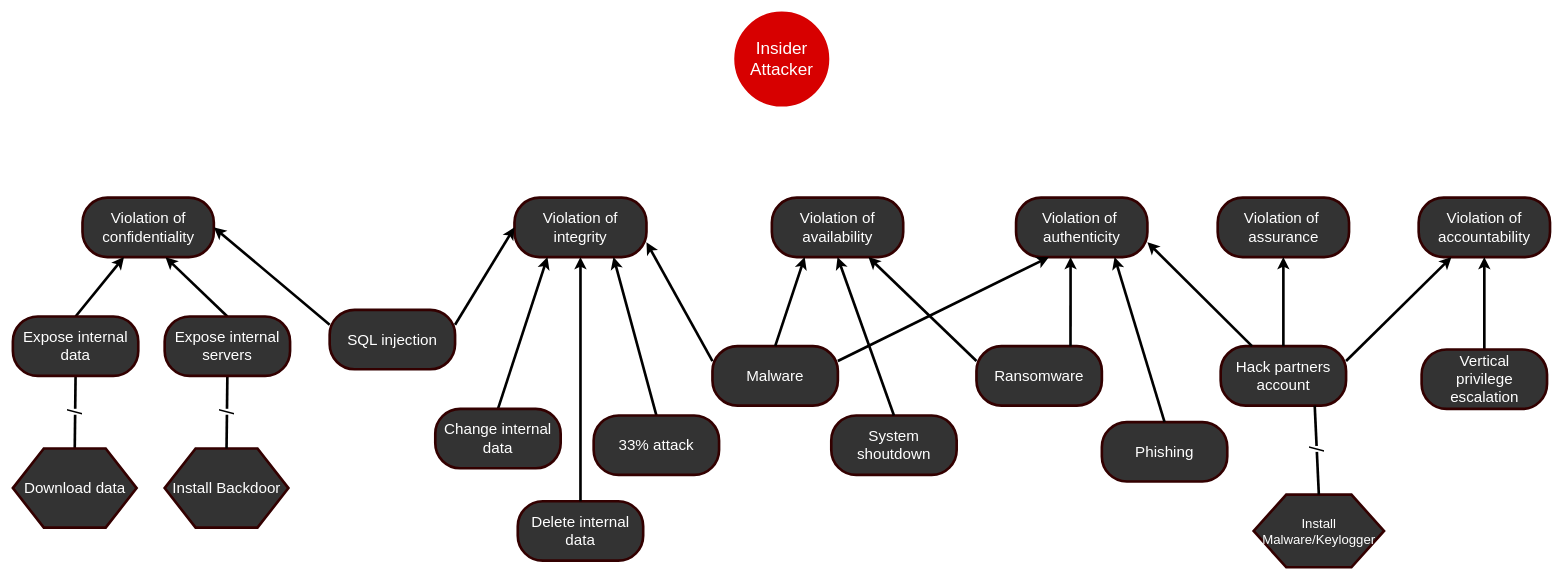
Earlier version of the draw.io diagram Insider attack trees.drawio (marzdeveloper/SoftwareCybersecurity). Source tidied: cells renumbered, new cells numbered last; positions are measured from the earlier drawing's top-left corner, leaving out a move shared by most shapes. Both pictures are drawn from the tidied source at 66%, with x=0, y=0 at pixel (13, 13).
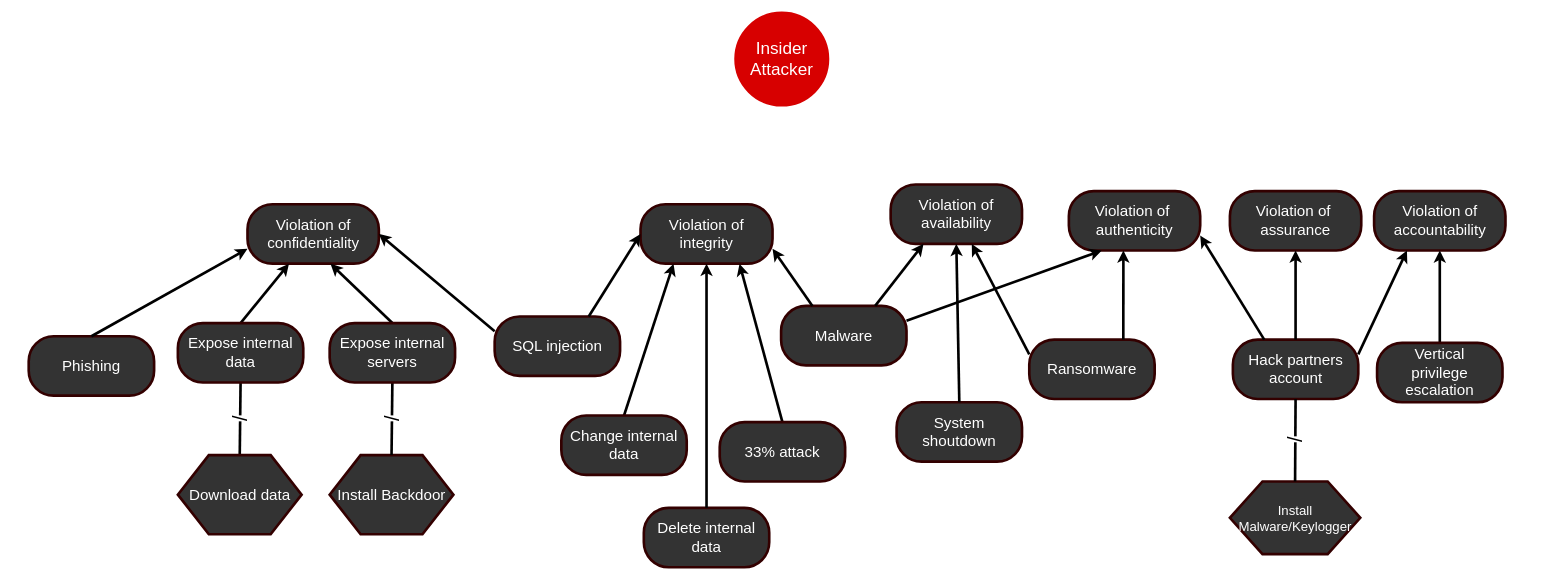
The same page after the edit.

Change to the diagram source:
```diff
@@
     <mxCell id="3" value="&lt;font color=&quot;#ffffff&quot; style=&quot;font-size: 23px&quot;&gt;Violation of confidentiality&lt;/font&gt;&lt;span style=&quot;font-family: monospace ; font-size: 0px&quot;&gt;3CmxGraphModel%3E%3Croot%3E%3CmxCell%20id%3D%220%22%2F%3E%3CmxCell%20id%3D%221%22%20parent%3D%220%22%2F%3E%3CmxCell%20id%3D%222%22%20value%3D%22%26lt%3Bfont%20color%3D%26quot%3B%23ffffff%26quot%3B%20style%3D%26quot%3Bfont-size%3A%2023px%26quot%3B%26gt%3BViolation%20of%20availability%26lt%3B%2Ffont%26gt%3B%22%20style%3D%22rounded%3D1%3BwhiteSpace%3Dwrap%3Bhtml%3D1%3BstrokeColor%3D%23330000%3BstrokeWidth%3D4%3BfillColor%3D%23333333%3BgradientColor%3Dnone%3BarcSize%3D42%3B%22%20vertex%3D%221%22%20parent%3D%221%22%3E%3CmxGeometry%20x%3D%22530%22%20y%3D%22260%22%20width%3D%22199%22%20height%3D%2290%22%20as%3D%22geometry%22%2F%3E%3C%2FmxCell%3E%3C%2Froot%3E%3C%2FmxGraphModel%3E&lt;/span&gt;" style="rounded=1;whiteSpace=wrap;html=1;strokeColor=#330000;strokeWidth=4;fillColor=#333333;gradientColor=none;arcSize=42;" parent="1" vertex="1">
-      <mxGeometry x="105.5" y="280" width="199" height="90" as="geometry" />
+      <mxGeometry x="355.5" y="290" width="199" height="90" as="geometry" />
     </mxCell>
     <mxCell id="4" value="&lt;font color=&quot;#ffffff&quot; style=&quot;font-size: 23px&quot;&gt;Violation of integrity&lt;/font&gt;" style="rounded=1;whiteSpace=wrap;html=1;strokeColor=#330000;strokeWidth=4;fillColor=#333333;gradientColor=none;arcSize=42;" parent="1" vertex="1">
-      <mxGeometry x="760" y="280" width="200" height="90" as="geometry" />
+      <mxGeometry x="951" y="290" width="200" height="90" as="geometry" />
     </mxCell>
     <mxCell id="5" value="&lt;font color=&quot;#ffffff&quot; style=&quot;font-size: 23px&quot;&gt;Violation of accountability&lt;/font&gt;" style="rounded=1;whiteSpace=wrap;html=1;strokeColor=#330000;strokeWidth=4;fillColor=#333333;gradientColor=none;arcSize=42;" parent="1" vertex="1">
-      <mxGeometry x="2130" y="280" width="199" height="90" as="geometry" />
+      <mxGeometry x="2062.5" y="270" width="199" height="90" as="geometry" />
     </mxCell>
     <mxCell id="6" value="&lt;font color=&quot;#ffffff&quot;&gt;&lt;span style=&quot;font-size: 23px&quot;&gt;Hack partners account&lt;/span&gt;&lt;/font&gt;" style="rounded=1;whiteSpace=wrap;html=1;strokeColor=#330000;strokeWidth=4;fillColor=#333333;gradientColor=none;arcSize=42;" parent="1" vertex="1">
-      <mxGeometry x="1830" y="505" width="190" height="90" as="geometry" />
+      <mxGeometry x="1848.5" y="495" width="190" height="90" as="geometry" />
     </mxCell>
@@
     <mxCell id="12" value="&lt;font color=&quot;#ffffff&quot;&gt;&lt;span style=&quot;font-size: 23px&quot;&gt;Delete internal data&lt;/span&gt;&lt;/font&gt;" style="rounded=1;whiteSpace=wrap;html=1;strokeColor=#330000;strokeWidth=4;fillColor=#333333;gradientColor=none;arcSize=42;" parent="1" vertex="1">
-      <mxGeometry x="765" y="740" width="190" height="90" as="geometry" />
+      <mxGeometry x="956" y="750" width="190" height="90" as="geometry" />
     </mxCell>
@@
     <mxCell id="14" value="&lt;font style=&quot;font-size: 23px&quot;&gt;Install Backdoor&lt;/font&gt;" style="shape=hexagon;perimeter=hexagonPerimeter2;whiteSpace=wrap;html=1;fillColor=#333333;fontColor=#FFFFFF;rounded=0;strokeWidth=4;strokeColor=#330000;" parent="1" vertex="1">
-      <mxGeometry x="230" y="660" width="187.5" height="120" as="geometry" />
+      <mxGeometry x="480" y="670" width="187.5" height="120" as="geometry" />
     </mxCell>
@@
     <mxCell id="17" value="&lt;font style=&quot;font-size: 20px&quot;&gt;Install Malware/Keylogger&lt;/font&gt;" style="shape=hexagon;perimeter=hexagonPerimeter2;whiteSpace=wrap;html=1;fillColor=#333333;fontColor=#FFFFFF;rounded=0;strokeWidth=4;strokeColor=#330000;horizontal=1;verticalAlign=middle;labelPosition=center;verticalLabelPosition=middle;align=center;" parent="1" vertex="1">
-      <mxGeometry x="1880" y="730" width="197.5" height="110" as="geometry" />
+      <mxGeometry x="1844" y="710" width="197.5" height="110" as="geometry" />
     </mxCell>
-    <mxCell id="18" value="/" style="endArrow=none;html=1;fontColor=#000000;exitX=0.5;exitY=0;exitDx=0;exitDy=0;strokeWidth=4;horizontal=0;fontSize=30;entryX=0.75;entryY=1;entryDx=0;entryDy=0;" parent="1" edge="1" source="17" target="6">
+    <mxCell id="18" value="/" style="endArrow=none;html=1;fontColor=#000000;exitX=0.5;exitY=0;exitDx=0;exitDy=0;strokeWidth=4;horizontal=0;fontSize=30;entryX=0.5;entryY=1;entryDx=0;entryDy=0;" parent="1" edge="1" source="17" target="6">
       <mxGeometry relative="1" as="geometry" />
     </mxCell>
     <mxCell id="19" value="&lt;font color=&quot;#ffffff&quot; style=&quot;font-size: 23px&quot;&gt;Violation of availability&lt;/font&gt;&lt;span style=&quot;font-family: monospace ; font-size: 0px&quot;&gt;3CmxGraphModel%3E%3Croot%3E%3CmxCell%20id%3D%220%22%2F%3E%3CmxCell%20id%3D%221%22%20parent%3D%220%22%2F%3E%3CmxCell%20id%3D%222%22%20value%3D%22%26lt%3Bfont%20color%3D%26quot%3B%23ffffff%26quot%3B%20style%3D%26quot%3Bfont-size%3A%2023px%26quot%3B%26gt%3BViolation%20of%20availability%26lt%3B%2Ffont%26gt%3B%22%20style%3D%22rounded%3D1%3BwhiteSpace%3Dwrap%3Bhtml%3D1%3BstrokeColor%3D%23330000%3BstrokeWidth%3D4%3BfillColor%3D%23333333%3BgradientColor%3Dnone%3BarcSize%3D42%3B%22%20vertex%3D%221%22%20parent%3D%221%22%3E%3CmxGeometry%20x%3D%22530%22%20y%3D%22260%22%20width%3D%22199%22%20height%3D%2290%22%20as%3D%22geometry%22%2F%3E%3C%2FmxCell%3E%3C%2Froot%3E%3C%2FmxGraphModel%3E&lt;/span&gt;" style="rounded=1;whiteSpace=wrap;html=1;strokeColor=#330000;strokeWidth=4;fillColor=#333333;gradientColor=none;arcSize=42;" parent="1" vertex="1">
-      <mxGeometry x="1150" y="280" width="199" height="90" as="geometry" />
+      <mxGeometry x="1330" y="260" width="199" height="90" as="geometry" />
     </mxCell>
     <mxCell id="20" value="&lt;font color=&quot;#ffffff&quot; style=&quot;font-size: 23px&quot;&gt;Violation of&amp;nbsp; authenticity&lt;/font&gt;&lt;span style=&quot;font-family: monospace ; font-size: 0px&quot;&gt;%3E%3Croot%3E%3CmxCell%20id%3D%220%22%2F%3E%3CmxCell%20id%3D%221%22%20parent%3D%220%22%2F%3E%3CmxCell%20id%3D%222%22%20value%3D%22%26lt%3Bfont%20color%3D%26quot%3B%23ffffff%26quot%3B%20style%3D%26quot%3Bfont-size%3A%2023px%26quot%3B%26gt%3BViolation%20of%20availability%26lt%3B%2Ffont%26gt%3B%22%20style%3D%22rounded%3D1%3BwhiteSpace%3Dwrap%3Bhtml%3D1%3BstrokeColor%3D%23330000%3BstrokeWidth%3D4%3BfillColor%3D%23333333%3BgradientColor%3Dnone%3BarcSize%3D42%3B%22%20vertex%3D%221%22%20parent%3D%221%22%3E%3CmxGeometry%20x%3D%22530%22%20y%3D%22260%22%20width%3D%22199%22%20height%3D%2290%22%20as%3D%22geometry%22%2F%3E%3C%2FmxCell%3E%3C%2Froot%3E%3C%2FmxGraphModel%3E&lt;/span&gt;" style="rounded=1;whiteSpace=wrap;html=1;strokeColor=#330000;strokeWidth=4;fillColor=#333333;gradientColor=none;arcSize=42;" parent="1" vertex="1">
-      <mxGeometry x="1520" y="280" width="199" height="90" as="geometry" />
+      <mxGeometry x="1600" y="270" width="199" height="90" as="geometry" />
     </mxCell>
     <mxCell id="21" value="&lt;font color=&quot;#ffffff&quot; style=&quot;font-size: 23px&quot;&gt;Violation of&amp;nbsp; assurance&lt;/font&gt;" style="rounded=1;whiteSpace=wrap;html=1;strokeColor=#330000;strokeWidth=4;fillColor=#333333;gradientColor=none;arcSize=42;" parent="1" vertex="1">
-      <mxGeometry x="1825.5" y="280" width="199" height="90" as="geometry" />
+      <mxGeometry x="1844" y="270" width="199" height="90" as="geometry" />
     </mxCell>
@@
     <mxCell id="24" value="&lt;font color=&quot;#ffffff&quot;&gt;&lt;span style=&quot;font-size: 23px&quot;&gt;System shoutdown&lt;/span&gt;&lt;/font&gt;" style="rounded=1;whiteSpace=wrap;html=1;strokeColor=#330000;strokeWidth=4;fillColor=#333333;gradientColor=none;arcSize=42;" parent="1" vertex="1">
-      <mxGeometry x="1240" y="610" width="190" height="90" as="geometry" />
+      <mxGeometry x="1339" y="590" width="190" height="90" as="geometry" />
     </mxCell>
@@
     <mxCell id="27" value="&lt;font color=&quot;#ffffff&quot;&gt;&lt;span style=&quot;font-size: 23px&quot;&gt;Malware&lt;br&gt;&lt;/span&gt;&lt;/font&gt;" style="rounded=1;whiteSpace=wrap;html=1;strokeColor=#330000;strokeWidth=4;fillColor=#333333;gradientColor=none;arcSize=42;" parent="1" vertex="1">
-      <mxGeometry x="1060" y="505" width="190" height="90" as="geometry" />
+      <mxGeometry x="1164" y="444" width="190" height="90" as="geometry" />
     </mxCell>
     <mxCell id="28" value="&lt;span style=&quot;color: rgb(255 , 255 , 255) ; font-size: 23px&quot;&gt;Ransomware&lt;/span&gt;&lt;font color=&quot;#ffffff&quot;&gt;&lt;span style=&quot;font-size: 23px&quot;&gt;&lt;br&gt;&lt;/span&gt;&lt;/font&gt;" style="rounded=1;whiteSpace=wrap;html=1;strokeColor=#330000;strokeWidth=4;fillColor=#333333;gradientColor=none;arcSize=42;" parent="1" vertex="1">
-      <mxGeometry x="1460" y="505" width="190" height="90" as="geometry" />
+      <mxGeometry x="1540" y="495" width="190" height="90" as="geometry" />
     </mxCell>
     <mxCell id="29" value="&lt;span style=&quot;color: rgb(255 , 255 , 255) ; font-size: 23px&quot;&gt;Phishing&lt;/span&gt;&lt;font color=&quot;#ffffff&quot;&gt;&lt;span style=&quot;font-size: 23px&quot;&gt;&lt;br&gt;&lt;/span&gt;&lt;/font&gt;" style="rounded=1;whiteSpace=wrap;html=1;strokeColor=#330000;strokeWidth=4;fillColor=#333333;gradientColor=none;arcSize=42;" parent="1" vertex="1">
-      <mxGeometry x="1650" y="620" width="190" height="90" as="geometry" />
+      <mxGeometry x="24" y="490" width="190" height="90" as="geometry" />
     </mxCell>
-    <mxCell id="30" style="endArrow=classic;html=1;strokeColor=#000000;strokeWidth=4;fontColor=#FFD966;entryX=0.25;entryY=1;entryDx=0;entryDy=0;exitX=0.5;exitY=0;exitDx=0;exitDy=0;" parent="1" edge="1" source="27" target="19">
+    <mxCell id="30" style="endArrow=classic;html=1;strokeColor=#000000;strokeWidth=4;fontColor=#FFD966;entryX=0.25;entryY=1;entryDx=0;entryDy=0;exitX=0.75;exitY=0;exitDx=0;exitDy=0;" parent="1" edge="1" source="27" target="19">
       <mxGeometry relative="1" as="geometry" />
     </mxCell>
-    <mxCell id="31" style="endArrow=classic;html=1;strokeColor=#000000;strokeWidth=4;fontColor=#FFD966;exitX=0;exitY=0.25;exitDx=0;exitDy=0;entryX=1;entryY=0.75;entryDx=0;entryDy=0;" parent="1" edge="1" source="27" target="4">
+    <mxCell id="31" style="endArrow=classic;html=1;strokeColor=#000000;strokeWidth=4;fontColor=#FFD966;entryX=1;entryY=0.75;entryDx=0;entryDy=0;exitX=0.25;exitY=0;exitDx=0;exitDy=0;" parent="1" edge="1" source="27" target="4">
       <mxGeometry relative="1" as="geometry" />
     </mxCell>
@@
     <mxCell id="35" value="&lt;span style=&quot;font-size: 23px&quot;&gt;&lt;font color=&quot;#ffffff&quot;&gt;Vertical&lt;br&gt;privilege escalation&lt;/font&gt;&lt;/span&gt;" style="rounded=1;whiteSpace=wrap;html=1;strokeColor=#330000;strokeWidth=4;fillColor=#333333;gradientColor=none;arcSize=42;" parent="1" vertex="1">
-      <mxGeometry x="2134.5" y="510" width="190" height="90" as="geometry" />
+      <mxGeometry x="2067" y="500" width="190" height="90" as="geometry" />
     </mxCell>
     <mxCell id="36" value="&lt;font color=&quot;#ffffff&quot;&gt;&lt;span style=&quot;font-size: 23px&quot;&gt;Expose internal data&lt;/span&gt;&lt;/font&gt;" style="rounded=1;whiteSpace=wrap;html=1;strokeColor=#330000;strokeWidth=4;fillColor=#333333;gradientColor=none;arcSize=42;" parent="1" vertex="1">
-      <mxGeometry y="460" width="190" height="90" as="geometry" />
+      <mxGeometry x="250" y="470" width="190" height="90" as="geometry" />
     </mxCell>
     <mxCell id="37" value="&lt;font style=&quot;font-size: 23px&quot;&gt;Download data&lt;/font&gt;" style="shape=hexagon;perimeter=hexagonPerimeter2;whiteSpace=wrap;html=1;fillColor=#333333;fontColor=#FFFFFF;rounded=0;strokeWidth=4;strokeColor=#330000;" parent="1" vertex="1">
-      <mxGeometry y="660" width="187.5" height="120" as="geometry" />
+      <mxGeometry x="250" y="670" width="187.5" height="120" as="geometry" />
     </mxCell>
-    <mxCell id="38" style="endArrow=classic;html=1;strokeColor=#000000;strokeWidth=4;fontColor=#FFD966;entryX=0.75;entryY=1;entryDx=0;entryDy=0;exitX=0.5;exitY=0;exitDx=0;exitDy=0;" parent="1" edge="1" source="29" target="20">
+    <mxCell id="38" style="endArrow=classic;html=1;strokeColor=#000000;strokeWidth=4;fontColor=#FFD966;entryX=0;entryY=0.75;entryDx=0;entryDy=0;exitX=0.5;exitY=0;exitDx=0;exitDy=0;" parent="1" edge="1" source="29" target="3">
       <mxGeometry relative="1" as="geometry" />
     </mxCell>
     <mxCell id="39" value="&lt;font color=&quot;#ffffff&quot;&gt;&lt;span style=&quot;font-size: 23px&quot;&gt;Change internal data&lt;/span&gt;&lt;/font&gt;" style="rounded=1;whiteSpace=wrap;html=1;strokeColor=#330000;strokeWidth=4;fillColor=#333333;gradientColor=none;arcSize=42;" parent="1" vertex="1">
-      <mxGeometry x="640" y="600" width="190" height="90" as="geometry" />
+      <mxGeometry x="831" y="610" width="190" height="90" as="geometry" />
     </mxCell>
     <mxCell id="40" value="&lt;font color=&quot;#ffffff&quot;&gt;&lt;span style=&quot;font-size: 23px&quot;&gt;Expose internal servers&lt;/span&gt;&lt;/font&gt;" style="rounded=1;whiteSpace=wrap;html=1;strokeColor=#330000;strokeWidth=4;fillColor=#333333;gradientColor=none;arcSize=42;" parent="1" vertex="1">
-      <mxGeometry x="230" y="460" width="190" height="90" as="geometry" />
+      <mxGeometry x="480" y="470" width="190" height="90" as="geometry" />
     </mxCell>
     <mxCell id="41" value="&lt;font color=&quot;#ffffff&quot;&gt;&lt;span style=&quot;font-size: 23px&quot;&gt;33% attack&lt;/span&gt;&lt;/font&gt;" style="rounded=1;whiteSpace=wrap;html=1;strokeColor=#330000;strokeWidth=4;fillColor=#333333;gradientColor=none;arcSize=42;" parent="1" vertex="1">
-      <mxGeometry x="880" y="610" width="190" height="90" as="geometry" />
+      <mxGeometry x="1071" y="620" width="190" height="90" as="geometry" />
     </mxCell>
     <mxCell id="42" value="&lt;font color=&quot;#ffffff&quot;&gt;&lt;span style=&quot;font-size: 23px&quot;&gt;SQL injection&lt;br&gt;&lt;/span&gt;&lt;/font&gt;" style="rounded=1;whiteSpace=wrap;html=1;strokeColor=#330000;strokeWidth=4;fillColor=#333333;gradientColor=none;arcSize=42;" parent="1" vertex="1">
-      <mxGeometry x="480" y="450" width="190" height="90" as="geometry" />
+      <mxGeometry x="730" y="460" width="190" height="90" as="geometry" />
     </mxCell>
-    <mxCell id="43" style="endArrow=classic;html=1;strokeColor=#000000;strokeWidth=4;fontColor=#FFD966;exitX=1;exitY=0.25;exitDx=0;exitDy=0;entryX=0;entryY=0.5;entryDx=0;entryDy=0;" parent="1" edge="1" source="42" target="4">
+    <mxCell id="43" style="endArrow=classic;html=1;strokeColor=#000000;strokeWidth=4;fontColor=#FFD966;exitX=0.75;exitY=0;exitDx=0;exitDy=0;entryX=0;entryY=0.5;entryDx=0;entryDy=0;" parent="1" edge="1" source="42" target="4">
       <mxGeometry relative="1" as="geometry" />
     </mxCell>
```
